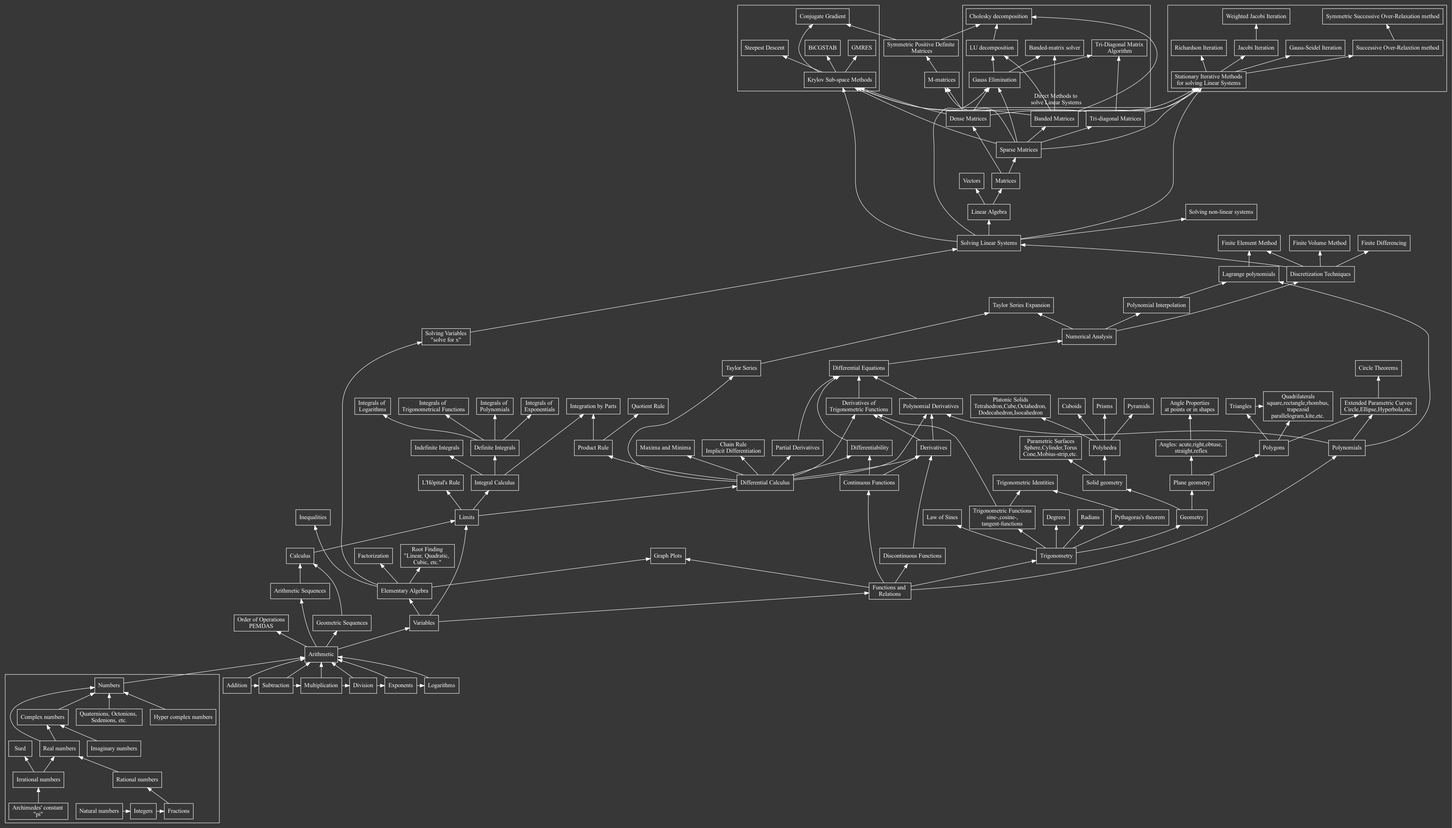
The Graphviz diagram Part1.png in Naktakala/the_computational_physics_tree, before a commit. Its source is kept beside it as Part1.dot.
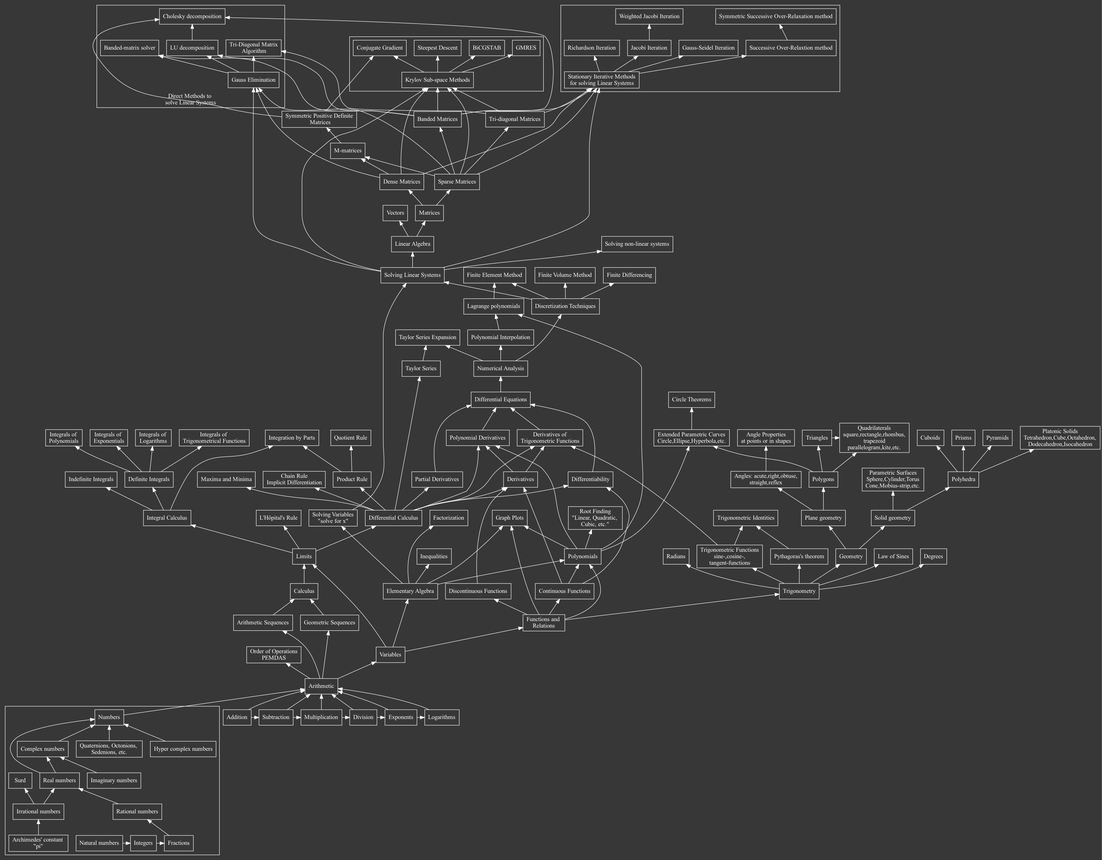
Later version of the same file.

Diff of the diagram source:
```diff
@@ -73,6 +73,7 @@
 functions->Polynomials
 
 elementary_algebra[label="Elementary Algebra"]
+
 graphs[label="Graph Plots"]
 
 functions[label="Functions and \nRelations"]
@@ -81,17 +82,23 @@
 
 root_finding[label="Root Finding\n\"Linear, Quadratic, \nCubic, etc.\""]
 
+{rank=same solving_variables root_finding Factorization graphs}
+
 elementary_algebra->graphs
 elementary_algebra->solving_variables
 elementary_algebra->Factorization
-elementary_algebra->root_finding
+elementary_algebra->Polynomials->root_finding
 elementary_algebra->Inequalities
+
+Polynomials->graphs
 
 solving_variables->solving_linear_systems
 
 functions->graphs
 functions->"Continuous Functions"->Differentiability
 functions->"Discontinuous Functions"
+
+"Continuous Functions"->Polynomials
 
 Variables->Limits
 
@@ -229,10 +236,14 @@
 Matrices->sparse_matrices->m_matrices
 Matrices->dense_matrices->m_matrices
 
+{rank=same sparse_matrices dense_matrices}
+
 sparse_matrices->tdm
 sparse_matrices->banded_matrices
 
 m_matrices->spd_matrices
+
+{rank=same tdm banded_matrices spd_matrices}
 
 
 
```
